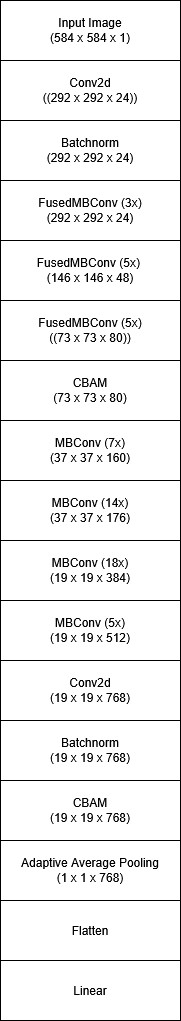
Before: images/EfficientNet model.png, a diagram exported from draw.io (Song-Ming/report). Source tidied: cells renumbered, new cells last; positions are measured from the earlier drawing's top-left corner, leaving out a move shared by most shapes. Its diagram source:
```xml
<mxGraphModel>
  <root>
    <mxCell id="0" />
    <mxCell id="1" parent="0" />
    <mxCell id="2" value="&lt;div&gt;Conv2d&lt;/div&gt;&lt;div&gt;((292 x 292 x 24))&lt;/div&gt;" style="rounded=0;whiteSpace=wrap;html=1;" parent="1" vertex="1">
      <mxGeometry y="60" width="180" height="60" as="geometry" />
    </mxCell>
    <mxCell id="3" value="&lt;div&gt;Input Image&lt;/div&gt;&lt;div&gt;(584 x 584 x 1)&lt;/div&gt;" style="rounded=0;whiteSpace=wrap;html=1;" parent="1" vertex="1">
      <mxGeometry width="180" height="60" as="geometry" />
    </mxCell>
    <mxCell id="4" value="&lt;div&gt;Batchnorm&lt;/div&gt;(292 x 292 x 24)" style="rounded=0;whiteSpace=wrap;html=1;" parent="1" vertex="1">
      <mxGeometry y="120" width="180" height="60" as="geometry" />
    </mxCell>
    <mxCell id="5" value="&lt;div&gt;FusedMBConv (3x)&lt;/div&gt;&lt;div&gt;(292 x 292 x 24)&lt;/div&gt;" style="rounded=0;whiteSpace=wrap;html=1;" parent="1" vertex="1">
      <mxGeometry y="180" width="180" height="60" as="geometry" />
    </mxCell>
    <mxCell id="6" value="&lt;div&gt;Flatten&lt;/div&gt;" style="rounded=0;whiteSpace=wrap;html=1;" parent="1" vertex="1">
      <mxGeometry y="900" width="180" height="60" as="geometry" />
    </mxCell>
    <mxCell id="7" value="&lt;div&gt;Linear&lt;/div&gt;" style="rounded=0;whiteSpace=wrap;html=1;" parent="1" vertex="1">
      <mxGeometry y="960" width="180" height="60" as="geometry" />
    </mxCell>
    <mxCell id="8" value="&lt;div&gt;FusedMBConv (5x)&amp;nbsp;&lt;/div&gt;&lt;div&gt;(146 x 146 x 48)&lt;/div&gt;" style="rounded=0;whiteSpace=wrap;html=1;" parent="1" vertex="1">
      <mxGeometry y="240" width="180" height="60" as="geometry" />
    </mxCell>
    <mxCell id="9" value="&lt;div&gt;FusedMBConv&amp;nbsp;(5x)&lt;/div&gt;&lt;div&gt;((73 x 73 x 80))&lt;/div&gt;" style="rounded=0;whiteSpace=wrap;html=1;" parent="1" vertex="1">
      <mxGeometry y="300" width="180" height="60" as="geometry" />
    </mxCell>
    <mxCell id="10" value="&lt;div&gt;CBAM&lt;/div&gt;(73 x 73 x 80)" style="rounded=0;whiteSpace=wrap;html=1;" parent="1" vertex="1">
      <mxGeometry y="360" width="180" height="60" as="geometry" />
    </mxCell>
    <mxCell id="11" value="&lt;div&gt;MBConv&amp;nbsp;(7x)&lt;/div&gt;&lt;div&gt;(37 x 37 x 160)&lt;/div&gt;" style="rounded=0;whiteSpace=wrap;html=1;" parent="1" vertex="1">
      <mxGeometry y="420" width="180" height="60" as="geometry" />
    </mxCell>
    <mxCell id="12" value="&lt;div&gt;MBConv&amp;nbsp;(14x)&lt;/div&gt;&lt;div&gt;(37 x 37 x 176)&lt;/div&gt;" style="rounded=0;whiteSpace=wrap;html=1;" parent="1" vertex="1">
      <mxGeometry y="480" width="180" height="60" as="geometry" />
    </mxCell>
    <mxCell id="13" value="&lt;div&gt;MBConv&amp;nbsp;(18x)&lt;/div&gt;&lt;div&gt;(19 x 19 x 384)&lt;/div&gt;" style="rounded=0;whiteSpace=wrap;html=1;" parent="1" vertex="1">
      <mxGeometry y="540" width="180" height="60" as="geometry" />
    </mxCell>
    <mxCell id="14" value="&lt;div&gt;MBConv&amp;nbsp;(5x)&lt;/div&gt;&lt;div&gt;(19 x 19 x 512)&lt;/div&gt;" style="rounded=0;whiteSpace=wrap;html=1;" parent="1" vertex="1">
      <mxGeometry y="600" width="180" height="60" as="geometry" />
    </mxCell>
    <mxCell id="15" value="&lt;div&gt;Conv2d&lt;/div&gt;&lt;div&gt;(19 x 19 x 768)&lt;/div&gt;" style="rounded=0;whiteSpace=wrap;html=1;" parent="1" vertex="1">
      <mxGeometry y="660" width="180" height="60" as="geometry" />
    </mxCell>
    <mxCell id="16" value="&lt;div&gt;Batchnorm&lt;/div&gt;(19 x 19 x 768)" style="rounded=0;whiteSpace=wrap;html=1;" parent="1" vertex="1">
      <mxGeometry y="720" width="180" height="60" as="geometry" />
    </mxCell>
    <mxCell id="17" value="&lt;div&gt;CBAM&lt;/div&gt;(19 x 19 x 768)" style="rounded=0;whiteSpace=wrap;html=1;" parent="1" vertex="1">
      <mxGeometry y="780" width="180" height="60" as="geometry" />
    </mxCell>
    <mxCell id="18" value="&lt;div&gt;Adaptive Average Pooling&lt;/div&gt;(1 x 1 x 768)" style="rounded=0;whiteSpace=wrap;html=1;" parent="1" vertex="1">
      <mxGeometry y="840" width="180" height="60" as="geometry" />
    </mxCell>
  </root>
</mxGraphModel>
```
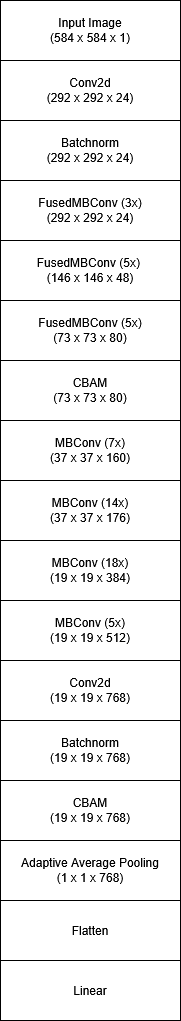
Above is the later version.

The edit, as a diff of the source:
```diff
@@ -2,7 +2,7 @@
   <root>
     <mxCell id="0" />
     <mxCell id="1" parent="0" />
-    <mxCell id="2" value="&lt;div&gt;Conv2d&lt;/div&gt;&lt;div&gt;((292 x 292 x 24))&lt;/div&gt;" style="rounded=0;whiteSpace=wrap;html=1;" parent="1" vertex="1">
+    <mxCell id="2" value="&lt;div&gt;Conv2d&lt;/div&gt;&lt;div&gt;(292 x 292 x 24)&lt;/div&gt;" style="rounded=0;whiteSpace=wrap;html=1;" parent="1" vertex="1">
       <mxGeometry y="60" width="180" height="60" as="geometry" />
     </mxCell>
     <mxCell id="3" value="&lt;div&gt;Input Image&lt;/div&gt;&lt;div&gt;(584 x 584 x 1)&lt;/div&gt;" style="rounded=0;whiteSpace=wrap;html=1;" parent="1" vertex="1">
@@ -23,7 +23,7 @@
     <mxCell id="8" value="&lt;div&gt;FusedMBConv (5x)&amp;nbsp;&lt;/div&gt;&lt;div&gt;(146 x 146 x 48)&lt;/div&gt;" style="rounded=0;whiteSpace=wrap;html=1;" parent="1" vertex="1">
       <mxGeometry y="240" width="180" height="60" as="geometry" />
     </mxCell>
-    <mxCell id="9" value="&lt;div&gt;FusedMBConv&amp;nbsp;(5x)&lt;/div&gt;&lt;div&gt;((73 x 73 x 80))&lt;/div&gt;" style="rounded=0;whiteSpace=wrap;html=1;" parent="1" vertex="1">
+    <mxCell id="9" value="&lt;div&gt;FusedMBConv&amp;nbsp;(5x)&lt;/div&gt;&lt;div&gt;(73 x 73 x 80)&lt;/div&gt;" style="rounded=0;whiteSpace=wrap;html=1;" parent="1" vertex="1">
       <mxGeometry y="300" width="180" height="60" as="geometry" />
     </mxCell>
     <mxCell id="10" value="&lt;div&gt;CBAM&lt;/div&gt;(73 x 73 x 80)" style="rounded=0;whiteSpace=wrap;html=1;" parent="1" vertex="1">
```
